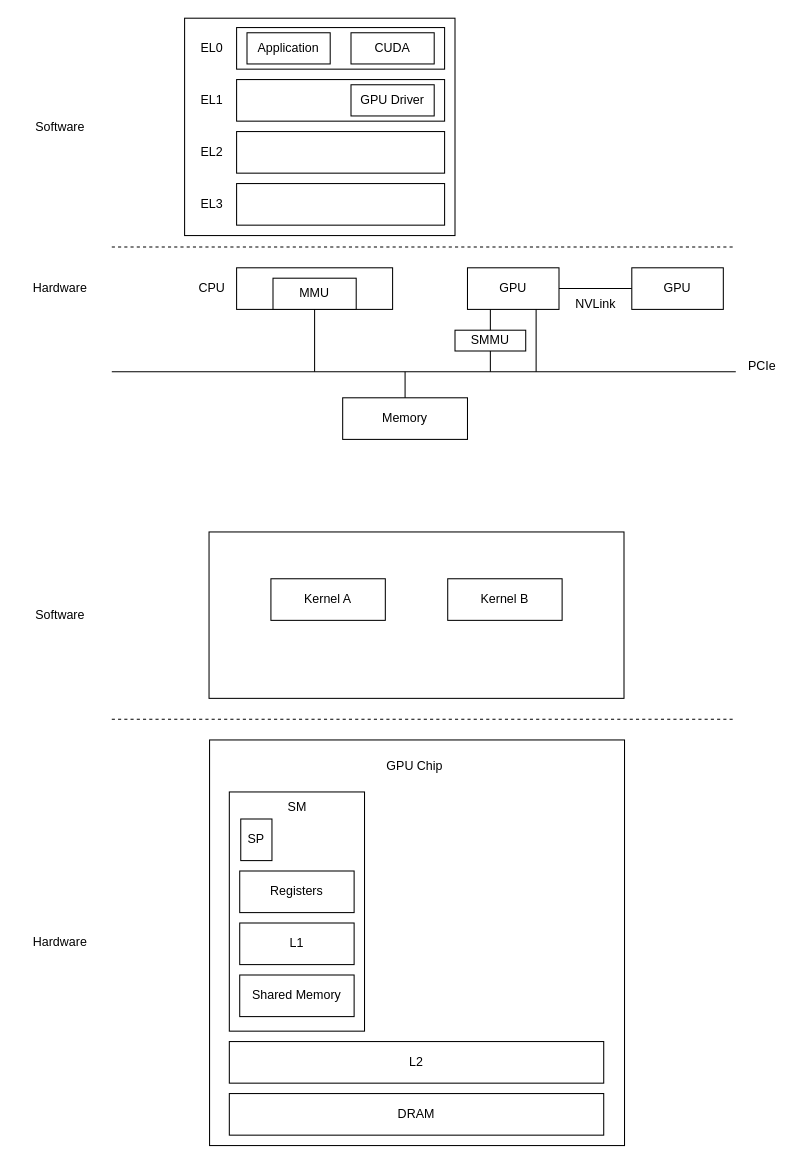
Earlier version of the draw.io diagram gpu.drawio (qianfei11/draw.io). Source tidied: cells renumbered, new cells numbered last; positions are measured from the earlier drawing's top-left corner, leaving out a move shared by most shapes. Both pictures are drawn from the tidied source at 104%, with x=0, y=0 at pixel (18, 18).
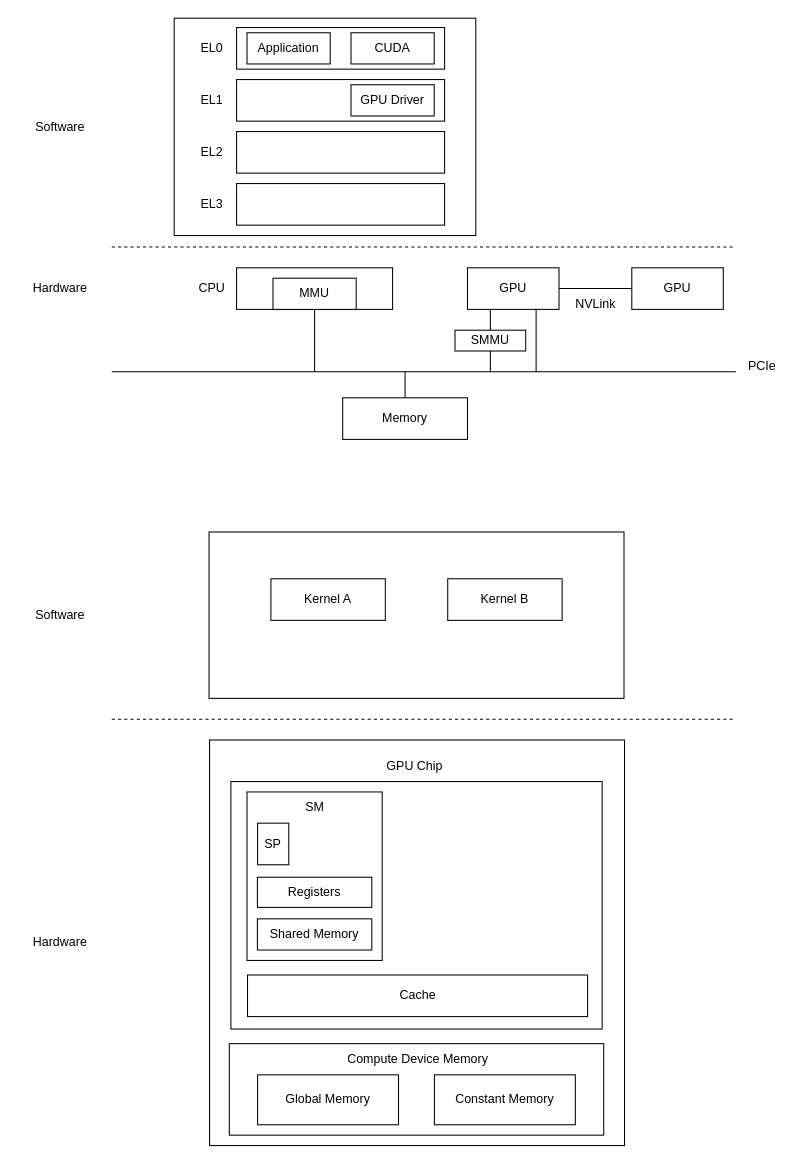
After the change.

Diff of the diagram source:
```diff
@@
     <mxCell id="2" style="rounded=0;whiteSpace=wrap;html=1;" parent="1" vertex="1">
-      <mxGeometry x="160" width="260" height="209" as="geometry" />
+      <mxGeometry x="150" width="290" height="209" as="geometry" />
     </mxCell>
@@
     <mxCell id="34" style="rounded=0;whiteSpace=wrap;html=1;" parent="1" vertex="1">
-      <mxGeometry x="203" y="744" width="130" height="230" as="geometry" />
+      <mxGeometry x="204.5" y="734" width="357" height="238" as="geometry" />
     </mxCell>
@@
-    <mxCell id="36" value="SM" style="text;html=1;align=center;verticalAlign=middle;strokeColor=none;fillColor=none;" parent="1" vertex="1">
-      <mxGeometry x="248" y="744" width="40" height="30" as="geometry" />
-    </mxCell>
-    <mxCell id="37" value="SP" style="rounded=0;whiteSpace=wrap;html=1;" parent="1" vertex="1">
-      <mxGeometry x="214" y="770" width="30" height="40" as="geometry" />
-    </mxCell>
-    <mxCell id="38" value="Registers" style="rounded=0;whiteSpace=wrap;html=1;" parent="1" vertex="1">
-      <mxGeometry x="213" y="820" width="110" height="40" as="geometry" />
-    </mxCell>
-    <mxCell id="39" value="L1" style="rounded=0;whiteSpace=wrap;html=1;" parent="1" vertex="1">
-      <mxGeometry x="213" y="870" width="110" height="40" as="geometry" />
+    <mxCell id="39" value="Cache" style="rounded=0;whiteSpace=wrap;html=1;" parent="1" vertex="1">
+      <mxGeometry x="220.5" y="920" width="327" height="40" as="geometry" />
     </mxCell>
-    <mxCell id="40" value="Shared Memory" style="rounded=0;whiteSpace=wrap;html=1;" parent="1" vertex="1">
-      <mxGeometry x="213" y="920" width="110" height="40" as="geometry" />
-    </mxCell>
-    <mxCell id="41" value="L2" style="rounded=0;whiteSpace=wrap;html=1;" parent="1" vertex="1">
-      <mxGeometry x="203" y="984" width="360" height="40" as="geometry" />
-    </mxCell>
-    <mxCell id="42" value="DRAM" style="rounded=0;whiteSpace=wrap;html=1;" parent="1" vertex="1">
-      <mxGeometry x="203" y="1034" width="360" height="40" as="geometry" />
+    <mxCell id="42" style="rounded=0;whiteSpace=wrap;html=1;" parent="1" vertex="1">
+      <mxGeometry x="203" y="986" width="360" height="88" as="geometry" />
     </mxCell>
@@
+    <mxCell id="49" value="Compute Device Memory" style="text;html=1;align=center;verticalAlign=middle;strokeColor=none;fillColor=none;" parent="1" vertex="1">
+      <mxGeometry x="304" y="986" width="160" height="30" as="geometry" />
+    </mxCell>
+    <mxCell id="50" value="Global Memory" style="rounded=0;whiteSpace=wrap;html=1;" parent="1" vertex="1">
+      <mxGeometry x="230.2" y="1016" width="135.5" height="48" as="geometry" />
+    </mxCell>
+    <mxCell id="51" value="Constant Memory" style="rounded=0;whiteSpace=wrap;html=1;" parent="1" vertex="1">
+      <mxGeometry x="400.2" y="1016" width="135.5" height="48" as="geometry" />
+    </mxCell>
+    <mxCell id="52" style="rounded=0;whiteSpace=wrap;html=1;" parent="1" vertex="1">
+      <mxGeometry x="220" y="744" width="130" height="162" as="geometry" />
+    </mxCell>
+    <mxCell id="36" value="SM" style="text;html=1;align=center;verticalAlign=middle;strokeColor=none;fillColor=none;" parent="1" vertex="1">
+      <mxGeometry x="265" y="744" width="40" height="30" as="geometry" />
+    </mxCell>
+    <mxCell id="37" value="SP" style="rounded=0;whiteSpace=wrap;html=1;" parent="1" vertex="1">
+      <mxGeometry x="230.2" y="774" width="30" height="40" as="geometry" />
+    </mxCell>
+    <mxCell id="38" value="Registers" style="rounded=0;whiteSpace=wrap;html=1;" parent="1" vertex="1">
+      <mxGeometry x="230" y="826" width="110" height="29" as="geometry" />
+    </mxCell>
+    <mxCell id="40" value="Shared Memory" style="rounded=0;whiteSpace=wrap;html=1;" parent="1" vertex="1">
+      <mxGeometry x="230" y="866" width="110" height="30" as="geometry" />
+    </mxCell>
```
